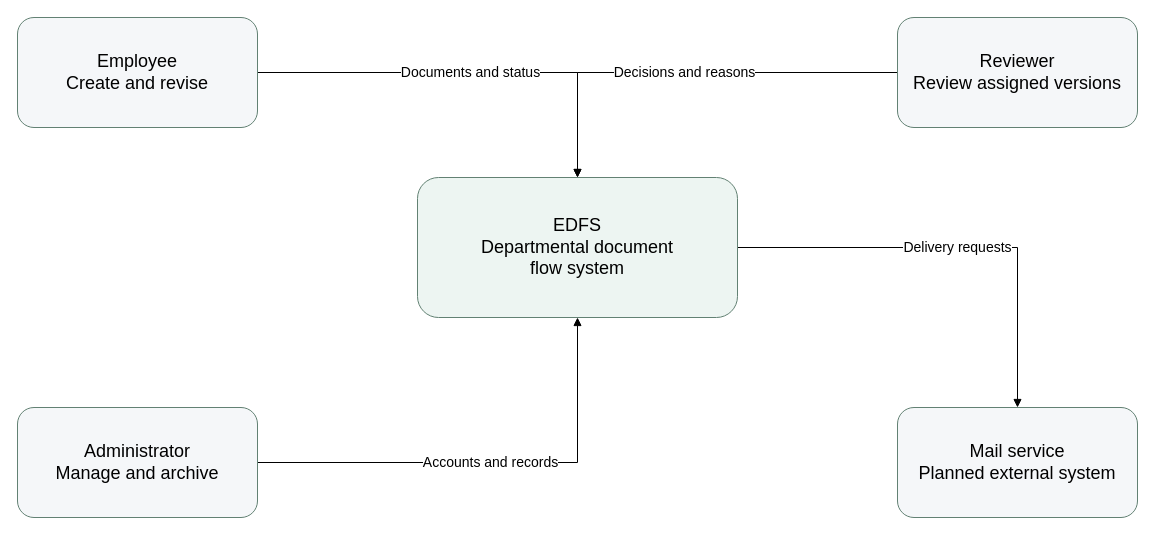
Before: diagrams/context.drawio in disasq/electronic-document-flow-system, a draw.io diagram. Source tidied: cells renumbered, new cells numbered last; positions are measured from the earlier drawing's top-left corner, leaving out a move shared by most shapes. Both pictures are drawn from the tidied source at 100%, with x=0, y=0 at pixel (17, 17).
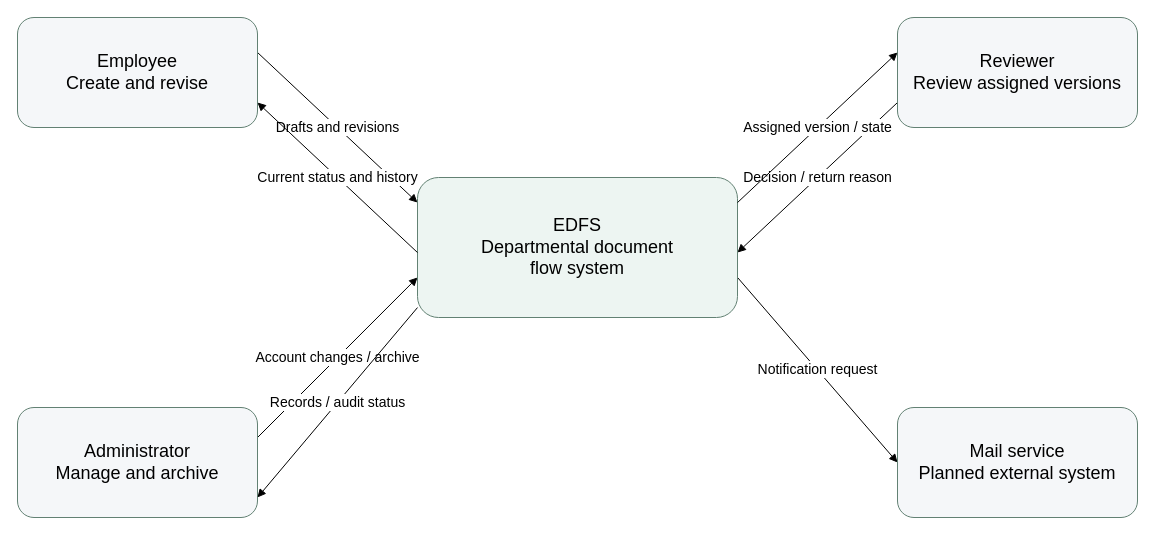
Above is the later version.

What changed in the source:
```diff
@@
 <mxGraphModel>
   <root>
     <mxCell id="0" />
     <mxCell id="1" parent="0" />
-    <mxCell id="2" value="Documents and status" style="edgeStyle=orthogonalEdgeStyle;rounded=0;endArrow=block;html=1;fontSize=14;" parent="1" edge="1" source="6" target="8">
+    <mxCell id="2" value="Drafts and revisions" style="edgeStyle=none;rounded=0;endArrow=block;html=1;fontSize=14;exitX=1;exitY=0.318;entryX=0;entryY=0.179;" parent="1" edge="1" source="6" target="8">
       <mxGeometry relative="1" as="geometry" />
     </mxCell>
-    <mxCell id="3" value="Decisions and reasons" style="edgeStyle=orthogonalEdgeStyle;rounded=0;endArrow=block;html=1;fontSize=14;" parent="1" edge="1" source="7" target="8">
+    <mxCell id="3" value="Decision / return reason" style="edgeStyle=none;rounded=0;endArrow=block;html=1;fontSize=14;exitX=0;exitY=0.773;entryX=1;entryY=0.536;" parent="1" edge="1" source="7" target="8">
       <mxGeometry relative="1" as="geometry" />
     </mxCell>
-    <mxCell id="4" value="Accounts and records" style="edgeStyle=orthogonalEdgeStyle;rounded=0;endArrow=block;html=1;fontSize=14;" parent="1" edge="1" source="9" target="8">
+    <mxCell id="4" value="Account changes / archive" style="edgeStyle=none;rounded=0;endArrow=block;html=1;fontSize=14;exitX=1;exitY=0.273;entryX=0;entryY=0.714;" parent="1" edge="1" source="9" target="8">
       <mxGeometry relative="1" as="geometry" />
     </mxCell>
-    <mxCell id="5" value="Delivery requests" style="edgeStyle=orthogonalEdgeStyle;rounded=0;endArrow=block;html=1;fontSize=14;" parent="1" edge="1" source="8" target="10">
+    <mxCell id="5" value="Notification request" style="edgeStyle=none;rounded=0;endArrow=block;html=1;fontSize=14;exitX=1;exitY=0.714;entryX=0;entryY=0.5;" parent="1" edge="1" source="8" target="10">
       <mxGeometry relative="1" as="geometry" />
     </mxCell>
     <mxCell id="6" value="Employee&lt;br&gt;Create and revise" style="rounded=1;whiteSpace=wrap;html=1;fillColor=#f5f7f9;strokeColor=#628173;fontSize=18;" parent="1" vertex="1">
       <mxGeometry width="240" height="110" as="geometry" />
     </mxCell>
     <mxCell id="7" value="Reviewer&lt;br&gt;Review assigned versions" style="rounded=1;whiteSpace=wrap;html=1;fillColor=#f5f7f9;strokeColor=#628173;fontSize=18;" parent="1" vertex="1">
       <mxGeometry x="880" width="240" height="110" as="geometry" />
     </mxCell>
     <mxCell id="8" value="EDFS&lt;br&gt;Departmental document&lt;br&gt;flow system" style="rounded=1;whiteSpace=wrap;html=1;fillColor=#edf5f2;strokeColor=#628173;fontSize=18;" parent="1" vertex="1">
       <mxGeometry x="400" y="160" width="320" height="140" as="geometry" />
     </mxCell>
     <mxCell id="9" value="Administrator&lt;br&gt;Manage and archive" style="rounded=1;whiteSpace=wrap;html=1;fillColor=#f5f7f9;strokeColor=#628173;fontSize=18;" parent="1" vertex="1">
       <mxGeometry y="390" width="240" height="110" as="geometry" />
     </mxCell>
     <mxCell id="10" value="Mail service&lt;br&gt;Planned external system" style="rounded=1;whiteSpace=wrap;html=1;fillColor=#f5f7f9;strokeColor=#628173;fontSize=18;" parent="1" vertex="1">
       <mxGeometry x="880" y="390" width="240" height="110" as="geometry" />
     </mxCell>
+    <mxCell id="11" value="Current status and history" style="edgeStyle=none;rounded=0;endArrow=block;html=1;fontSize=14;exitX=0;exitY=0.536;entryX=1;entryY=0.773;" parent="1" edge="1" source="8" target="6">
+      <mxGeometry relative="1" as="geometry" />
+    </mxCell>
+    <mxCell id="12" value="Assigned version / state" style="edgeStyle=none;rounded=0;endArrow=block;html=1;fontSize=14;exitX=1;exitY=0.179;entryX=0;entryY=0.318;" parent="1" edge="1" source="8" target="7">
+      <mxGeometry relative="1" as="geometry" />
+    </mxCell>
+    <mxCell id="13" value="Records / audit status" style="edgeStyle=none;rounded=0;endArrow=block;html=1;fontSize=14;exitX=0;exitY=0.929;entryX=1;entryY=0.818;" parent="1" edge="1" source="8" target="9">
+      <mxGeometry relative="1" as="geometry" />
+    </mxCell>
   </root>
 </mxGraphModel>
```
